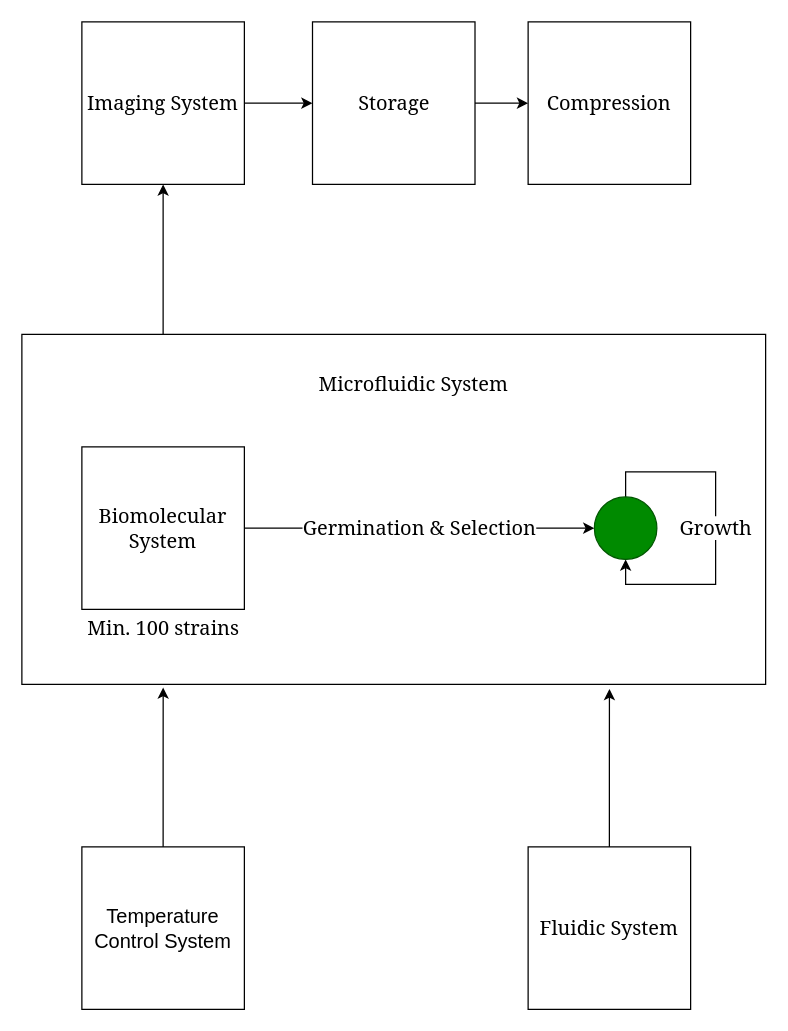
Before: main_payload_functions.drawio in AcubeSAT/microfluidics, a draw.io diagram. Source tidied: cells renumbered, new cells numbered last; positions are measured from the earlier drawing's top-left corner, leaving out a move shared by most shapes. Both pictures are drawn from the tidied source at 125%, with x=0, y=0 at pixel (21, 21).
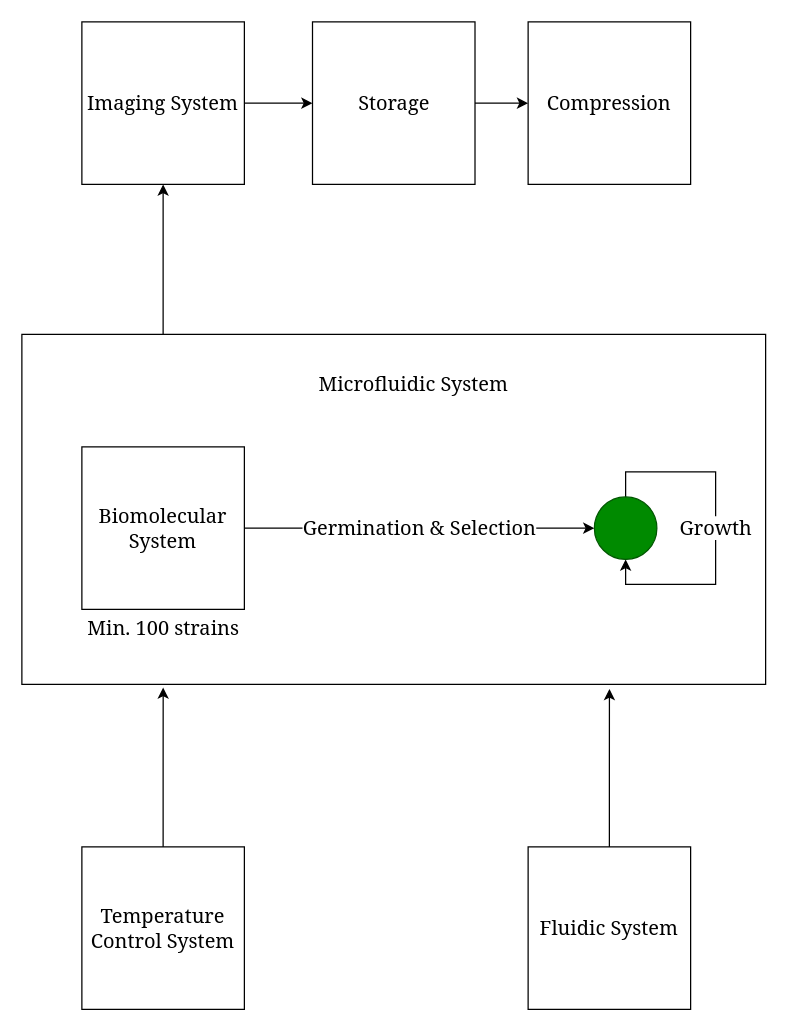
The same page after the edit.

Change to the diagram source:
```diff
@@
-    <mxCell id="11" value="&lt;font style=&quot;font-size: 16px&quot;&gt;Temperature Control System&lt;/font&gt;" style="whiteSpace=wrap;html=1;" parent="1" vertex="1">
+    <mxCell id="11" value="&lt;font style=&quot;font-size: 16px&quot; face=&quot;Georgia&quot;&gt;Temperature Control System&lt;/font&gt;" style="whiteSpace=wrap;html=1;" parent="1" vertex="1">
       <mxGeometry x="48" y="660" width="130" height="130" as="geometry" />
     </mxCell>
```
